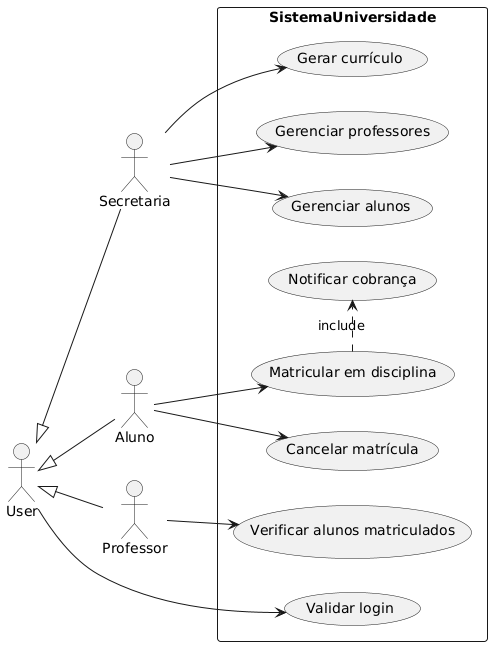
Earlier version of the PlantUML export project/img/UseCase.png (thevinilima/lds-sprint1).
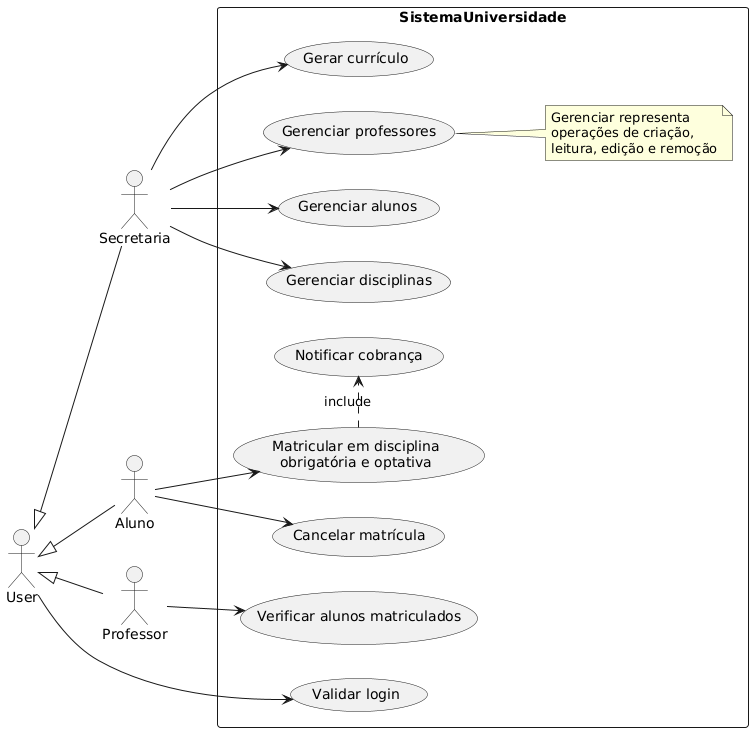
Above is the later version.

Diff of the diagram source:
```diff
@@ -17,12 +17,21 @@
 usecase "Gerar currículo" as s1
 usecase "Gerenciar professores" as s2
 usecase "Gerenciar alunos" as s3
+usecase "Gerenciar disciplinas" as s4
 
 s --> s1
 s --> s2
 s --> s3
+s --> s4
 
-usecase "Matricular em disciplina" as a1
+note right of s2
+  Gerenciar representa
+  operações de criação,
+  leitura, edição e remoção
+end note
+
+usecase a1 as "Matricular em disciplina
+obrigatória e optativa"
 usecase "Cancelar matrícula" as a2
 usecase "Notificar cobrança" as a3
 
```
